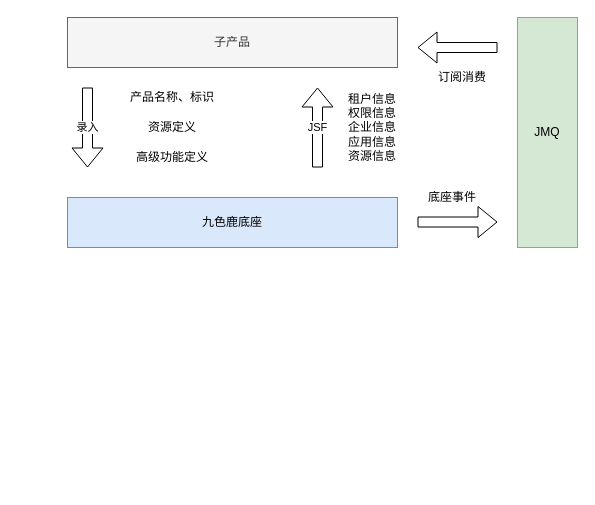
This is 九色鹿子产品集成规范.drawio from greenabyss/image, a draw.io file, before an edit. Source tidied: cells renumbered, new cells numbered last; positions are measured from the earlier drawing's top-left corner, leaving out a move shared by most shapes. Both pictures are drawn from the tidied source at 100%, with x=0, y=0 at pixel (67, 17).
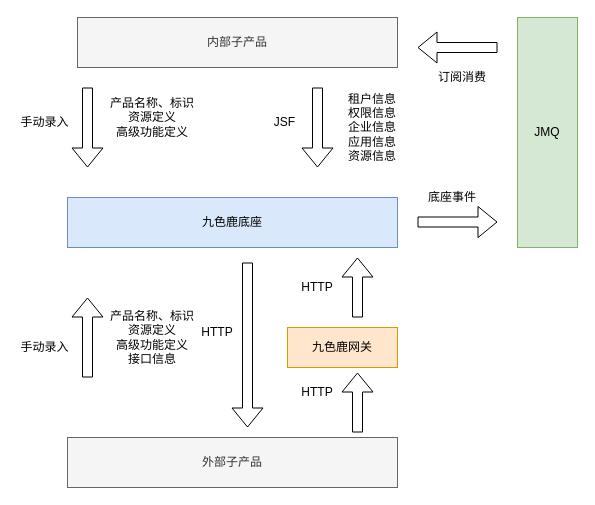
The same page after the edit.

Commit message:
更新九色鹿子产品集成规范.drawio

Change to the diagram source:
```diff
@@
-    <mxCell id="3" value="子产品" style="rounded=0;whiteSpace=wrap;html=1;fillColor=#f5f5f5;strokeColor=#666666;fontColor=#333333;" parent="1" vertex="1">
-      <mxGeometry width="330" height="50" as="geometry" />
-    </mxCell>
-    <mxCell id="4" value="录入" style="shape=flexArrow;endArrow=classic;html=1;" parent="1" edge="1">
+    <mxCell id="4" style="shape=flexArrow;endArrow=classic;html=1;" parent="1" edge="1">
       <mxGeometry relative="1" as="geometry">
         <mxPoint x="20" y="70" as="sourcePoint" />
         <mxPoint x="20" y="150" as="targetPoint" />
       </mxGeometry>
     </mxCell>
-    <mxCell id="5" value="产品名称、标识" style="text;html=1;strokeColor=none;fillColor=none;align=center;verticalAlign=middle;whiteSpace=wrap;rounded=0;" parent="1" vertex="1">
-      <mxGeometry x="60" y="70" width="90" height="20" as="geometry" />
+    <mxCell id="5" value="产品名称、标识&lt;br&gt;资源定义&lt;br&gt;高级功能定义" style="text;html=1;strokeColor=none;fillColor=none;align=center;verticalAlign=middle;whiteSpace=wrap;rounded=0;" parent="1" vertex="1">
+      <mxGeometry x="40" y="90" width="90" height="20" as="geometry" />
     </mxCell>
-    <mxCell id="6" value="资源定义" style="text;html=1;strokeColor=none;fillColor=none;align=center;verticalAlign=middle;whiteSpace=wrap;rounded=0;" parent="1" vertex="1">
-      <mxGeometry x="65" y="100" width="80" height="20" as="geometry" />
-    </mxCell>
-    <mxCell id="7" value="高级功能定义" style="text;html=1;strokeColor=none;fillColor=none;align=center;verticalAlign=middle;whiteSpace=wrap;rounded=0;" parent="1" vertex="1">
-      <mxGeometry x="65" y="130" width="80" height="20" as="geometry" />
-    </mxCell>
@@
     <mxCell id="13" style="shape=flexArrow;endArrow=classic;html=1;" parent="1" edge="1">
       <mxGeometry relative="1" as="geometry">
-        <mxPoint x="250" y="150" as="sourcePoint" />
-        <mxPoint x="250" y="70" as="targetPoint" />
+        <mxPoint x="250" y="70" as="sourcePoint" />
+        <mxPoint x="250" y="150" as="targetPoint" />
       </mxGeometry>
     </mxCell>
+    <mxCell id="15" value="租户信息&lt;br&gt;权限信息&lt;br&gt;企业信息&lt;br&gt;应用信息&lt;br&gt;资源信息" style="text;html=1;strokeColor=none;fillColor=none;align=center;verticalAlign=middle;whiteSpace=wrap;rounded=0;" parent="1" vertex="1">
+      <mxGeometry x="260" y="100" width="90" height="20" as="geometry" />
+    </mxCell>
+    <mxCell id="16" value="内部子产品" style="rounded=0;whiteSpace=wrap;html=1;fillColor=#f5f5f5;strokeColor=#666666;fontColor=#333333;" parent="1" vertex="1">
+      <mxGeometry x="10" width="320" height="50" as="geometry" />
+    </mxCell>
+    <mxCell id="17" style="shape=flexArrow;endArrow=block;html=1;" parent="1" edge="1">
+      <mxGeometry relative="1" as="geometry">
+        <mxPoint x="20" y="360" as="sourcePoint" />
+        <mxPoint x="20" y="280" as="targetPoint" />
+      </mxGeometry>
+    </mxCell>
+    <mxCell id="18" value="产品名称、标识&lt;br&gt;资源定义&lt;br&gt;高级功能定义&lt;br&gt;接口信息" style="text;html=1;strokeColor=none;fillColor=none;align=center;verticalAlign=middle;whiteSpace=wrap;rounded=0;" parent="1" vertex="1">
+      <mxGeometry x="40" y="310" width="90" height="20" as="geometry" />
+    </mxCell>
+    <mxCell id="19" value="外部子产品" style="rounded=0;whiteSpace=wrap;html=1;fillColor=#f5f5f5;strokeColor=#666666;fontColor=#333333;" parent="1" vertex="1">
+      <mxGeometry y="420" width="330" height="50" as="geometry" />
+    </mxCell>
+    <mxCell id="20" value="九色鹿网关" style="rounded=0;whiteSpace=wrap;html=1;fillColor=#ffe6cc;strokeColor=#d79b00;" parent="1" vertex="1">
+      <mxGeometry x="220" y="310" width="110" height="40" as="geometry" />
+    </mxCell>
+    <mxCell id="21" value="HTTP" style="text;html=1;strokeColor=none;fillColor=none;align=center;verticalAlign=middle;whiteSpace=wrap;rounded=0;" parent="1" vertex="1">
+      <mxGeometry x="230" y="260" width="40" height="20" as="geometry" />
+    </mxCell>
+    <mxCell id="22" value="HTTP" style="text;html=1;strokeColor=none;fillColor=none;align=center;verticalAlign=middle;whiteSpace=wrap;rounded=0;" parent="1" vertex="1">
+      <mxGeometry x="230" y="365" width="40" height="20" as="geometry" />
+    </mxCell>
+    <mxCell id="23" value="手动录入" style="text;html=1;strokeColor=none;fillColor=none;align=center;verticalAlign=middle;whiteSpace=wrap;rounded=0;" parent="1" vertex="1">
+      <mxGeometry x="-50" y="100" width="55" height="10" as="geometry" />
+    </mxCell>
-    <mxCell id="14" value="JSF" style="edgeLabel;html=1;align=center;verticalAlign=middle;" parent="13" vertex="1">
-      <mxGeometry x="0.03" y="1" relative="1" as="geometry" />
+    <mxCell id="14" value="JSF" style="text;html=1;strokeColor=none;fillColor=none;align=center;verticalAlign=middle;whiteSpace=wrap;rounded=0;" parent="1" vertex="1">
+      <mxGeometry x="190" y="100" width="55" height="10" as="geometry" />
     </mxCell>
-    <mxCell id="15" value="租户信息&lt;br&gt;权限信息&lt;br&gt;企业信息&lt;br&gt;应用信息&lt;br&gt;资源信息" style="text;html=1;strokeColor=none;fillColor=none;align=center;verticalAlign=middle;whiteSpace=wrap;rounded=0;" parent="1" vertex="1">
-      <mxGeometry x="260" y="100" width="90" height="20" as="geometry" />
-    </mxCell>
+    <mxCell id="24" value="手动录入" style="text;html=1;strokeColor=none;fillColor=none;align=center;verticalAlign=middle;whiteSpace=wrap;rounded=0;" parent="1" vertex="1">
+      <mxGeometry x="-50" y="325" width="55" height="10" as="geometry" />
+    </mxCell>
+    <mxCell id="25" style="shape=flexArrow;endArrow=classic;html=1;" parent="1" edge="1">
+      <mxGeometry relative="1" as="geometry">
+        <mxPoint x="290" y="300" as="sourcePoint" />
+        <mxPoint x="290" y="240" as="targetPoint" />
+      </mxGeometry>
+    </mxCell>
+    <mxCell id="26" style="shape=flexArrow;endArrow=classic;html=1;" parent="1" edge="1">
+      <mxGeometry relative="1" as="geometry">
+        <mxPoint x="290" y="415" as="sourcePoint" />
+        <mxPoint x="290" y="355" as="targetPoint" />
+      </mxGeometry>
+    </mxCell>
+    <mxCell id="27" style="shape=flexArrow;endArrow=classic;html=1;" parent="1" edge="1">
+      <mxGeometry relative="1" as="geometry">
+        <mxPoint x="180" y="245" as="sourcePoint" />
+        <mxPoint x="180" y="410" as="targetPoint" />
+      </mxGeometry>
+    </mxCell>
+    <mxCell id="28" value="HTTP" style="text;html=1;strokeColor=none;fillColor=none;align=center;verticalAlign=middle;whiteSpace=wrap;rounded=0;" parent="1" vertex="1">
+      <mxGeometry x="130" y="305" width="40" height="20" as="geometry" />
+    </mxCell>
```
